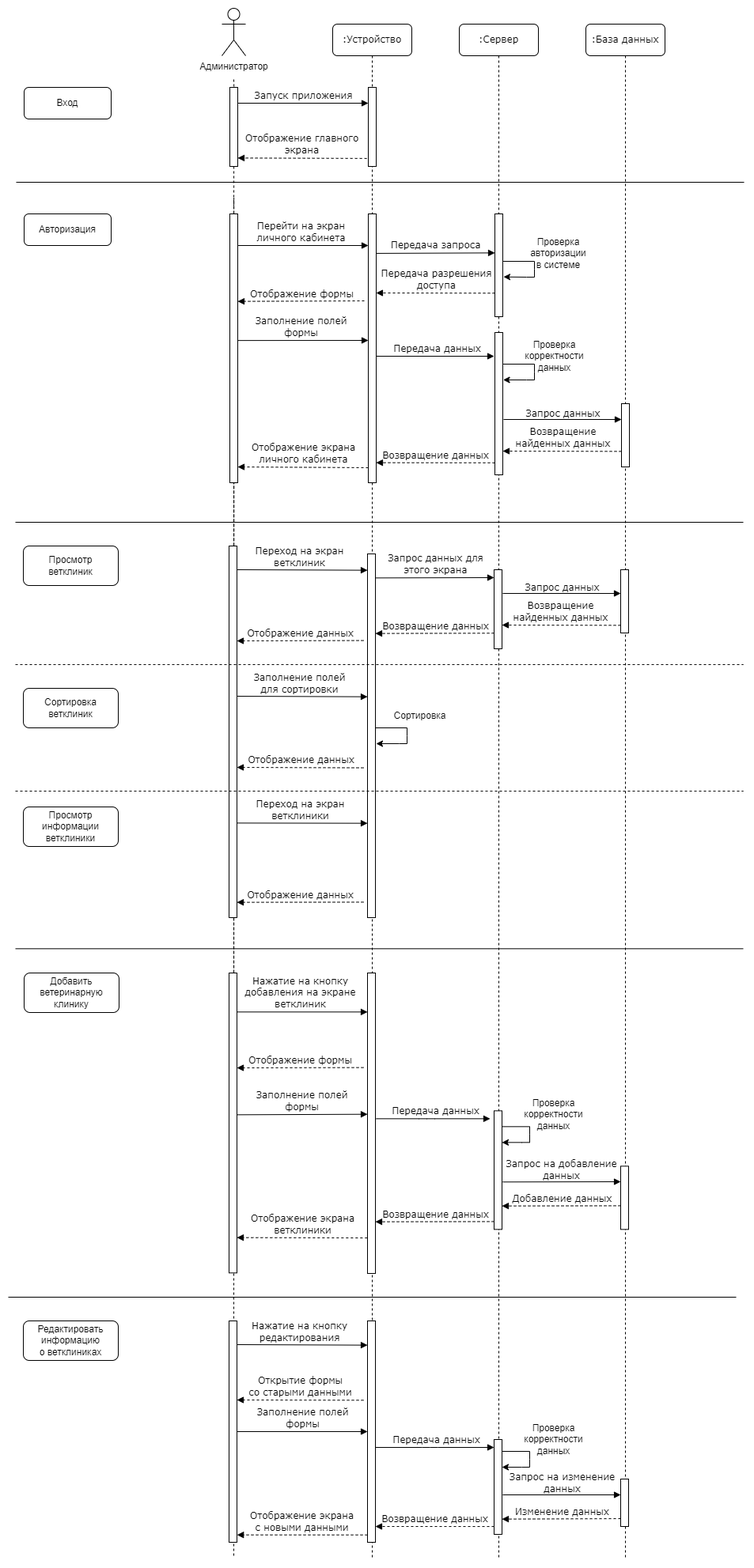
This is Documentation/Diagrams/Диаграмма последовательности (Sequence diagram)/Диаграмма последовательности для администратора (Sequence).drawio.png from polyafedosova/TP-5.2-5, a draw.io export, as it was before one commit. Source tidied: cells renumbered, new cells last; positions are measured from the earlier drawing's top-left corner, leaving out a move shared by most shapes.
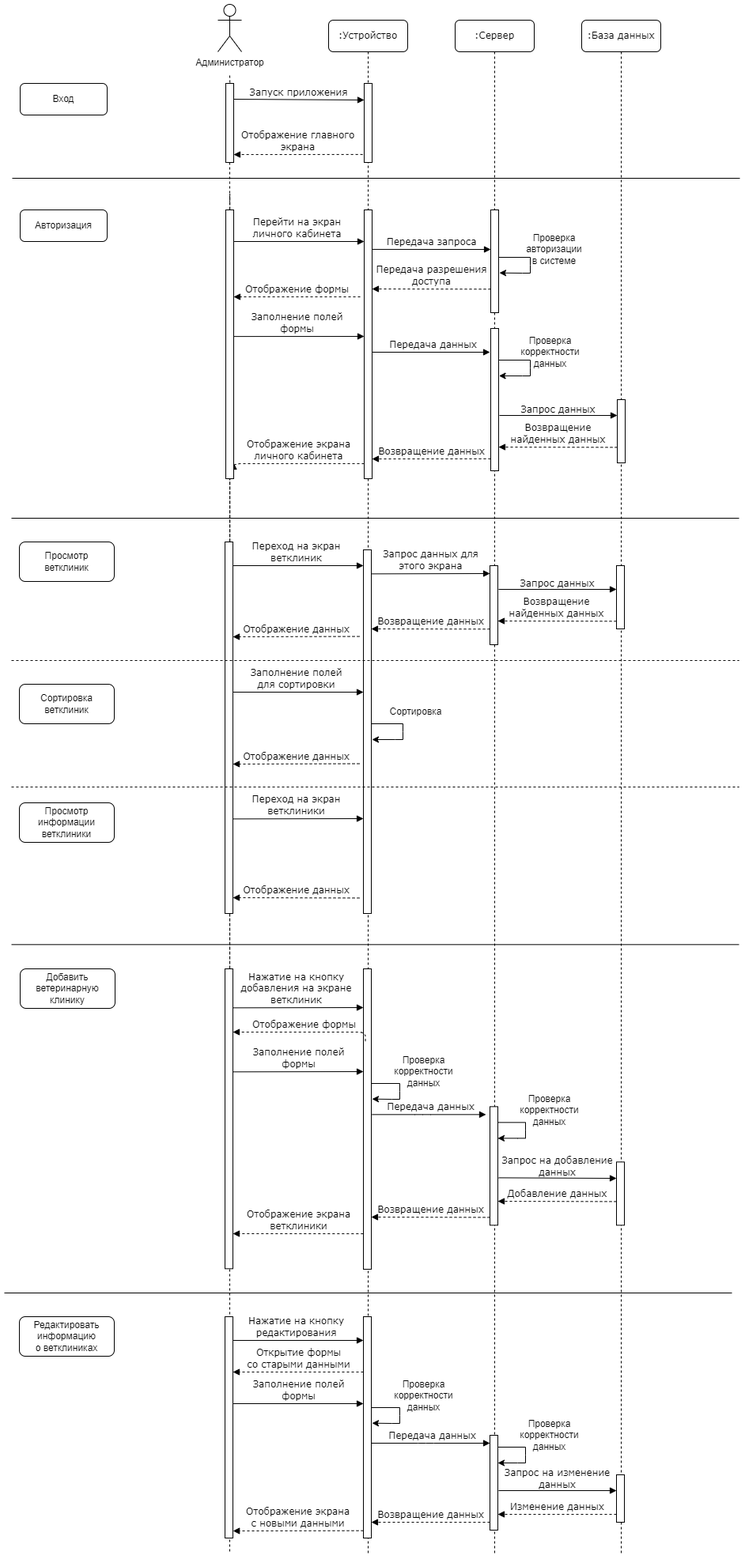
After the change.

The edit, as a diff of the source:
```diff
@@ -2,6 +2,33 @@
   <root>
     <mxCell id="0" />
     <mxCell id="1" parent="0" />
+    <mxCell id="90" style="endArrow=classic;html=1;rounded=0;" parent="1" edge="1">
+      <mxGeometry relative="1" as="geometry">
+        <mxPoint x="460" y="1775" as="sourcePoint" />
+        <mxPoint x="465" y="1794.7" as="targetPoint" />
+        <Array as="points">
+          <mxPoint x="500" y="1775" />
+          <mxPoint x="500" y="1785" />
+          <mxPoint x="500" y="1795" />
+          <mxPoint x="490" y="1795" />
+        </Array>
+      </mxGeometry>
+    </mxCell>
+    <mxCell id="91" value="Проверка&lt;br&gt;корректности &lt;br&gt;данных" style="text;html=1;align=center;verticalAlign=middle;strokeColor=none;fillColor=none;" parent="1" vertex="1">
+      <mxGeometry x="480" y="1730" width="100" height="60" as="geometry" />
+    </mxCell>
+    <mxCell id="92" style="endArrow=classic;html=1;rounded=0;" parent="1" edge="1">
+      <mxGeometry relative="1" as="geometry">
+        <mxPoint x="460" y="1365" as="sourcePoint" />
+        <mxPoint x="465" y="1384.7" as="targetPoint" />
+        <Array as="points">
+          <mxPoint x="500" y="1365" />
+          <mxPoint x="500" y="1375" />
+          <mxPoint x="500" y="1385" />
+          <mxPoint x="490" y="1385" />
+        </Array>
+      </mxGeometry>
+    </mxCell>
     <mxCell id="2" style="edgeStyle=orthogonalEdgeStyle;rounded=0;orthogonalLoop=1;jettySize=auto;html=1;dashed=1;endArrow=none;endFill=0;startArrow=none;" parent="1" edge="1">
       <mxGeometry relative="1" as="geometry">
         <mxPoint x="285.1" y="1460" as="sourcePoint" />
@@ -353,16 +380,17 @@
         <mxPoint x="624" y="1514.3" as="targetPoint" />
       </mxGeometry>
     </mxCell>
-    <mxCell id="69" value="Отображение формы" style="html=1;verticalAlign=bottom;endArrow=block;entryX=0;entryY=0;labelBackgroundColor=none;fontFamily=Verdana;fontSize=12;edgeStyle=elbowEdgeStyle;elbow=vertical;dashed=1;" parent="1" edge="1">
+    <mxCell id="69" value="Отображение формы" style="html=1;verticalAlign=bottom;endArrow=block;labelBackgroundColor=none;fontFamily=Verdana;fontSize=12;edgeStyle=elbowEdgeStyle;elbow=vertical;dashed=1;exitX=0.25;exitY=0.241;exitDx=0;exitDy=0;exitPerimeter=0;" parent="1" edge="1" source="10" target="62">
       <mxGeometry relative="1" as="geometry">
-        <mxPoint x="449" y="1339.6" as="sourcePoint" />
-        <mxPoint x="289" y="1339.6" as="targetPoint" />
+        <Array as="points">
+          <mxPoint x="360" y="1300" />
+        </Array>
       </mxGeometry>
     </mxCell>
     <mxCell id="70" value="Заполнение полей &lt;br&gt;формы" style="html=1;verticalAlign=bottom;endArrow=block;labelBackgroundColor=none;fontFamily=Verdana;fontSize=12;edgeStyle=elbowEdgeStyle;elbow=vertical;entryX=-0.007;entryY=0.225;entryDx=0;entryDy=0;entryPerimeter=0;" parent="1" edge="1">
       <mxGeometry relative="1" as="geometry">
-        <mxPoint x="289" y="1399.3" as="sourcePoint" />
-        <mxPoint x="454" y="1399.3" as="targetPoint" />
+        <mxPoint x="289" y="1350.3" as="sourcePoint" />
+        <mxPoint x="454" y="1350.3" as="targetPoint" />
       </mxGeometry>
     </mxCell>
     <mxCell id="71" value="Передача данных" style="html=1;verticalAlign=bottom;endArrow=block;labelBackgroundColor=none;fontFamily=Verdana;fontSize=12;edgeStyle=elbowEdgeStyle;elbow=vertical;" parent="1" edge="1">
@@ -398,16 +426,17 @@
         <mxPoint x="454" y="1690" as="targetPoint" />
       </mxGeometry>
     </mxCell>
-    <mxCell id="77" value="Открытие формы&lt;br style=&quot;border-color: var(--border-color);&quot;&gt;со старыми данными" style="html=1;verticalAlign=bottom;endArrow=block;entryX=0;entryY=0;labelBackgroundColor=none;fontFamily=Verdana;fontSize=12;edgeStyle=elbowEdgeStyle;elbow=vertical;dashed=1;" parent="1" edge="1">
+    <mxCell id="77" value="Открытие формы&lt;br style=&quot;border-color: var(--border-color);&quot;&gt;со старыми данными" style="html=1;verticalAlign=bottom;endArrow=block;labelBackgroundColor=none;fontFamily=Verdana;fontSize=12;edgeStyle=elbowEdgeStyle;elbow=vertical;dashed=1;" parent="1" edge="1" source="11" target="75">
       <mxGeometry relative="1" as="geometry">
-        <mxPoint x="449" y="1760.3" as="sourcePoint" />
-        <mxPoint x="289" y="1760.3" as="targetPoint" />
+        <Array as="points">
+          <mxPoint x="370" y="1730" />
+        </Array>
       </mxGeometry>
     </mxCell>
     <mxCell id="78" value="Заполнение полей &lt;br&gt;формы" style="html=1;verticalAlign=bottom;endArrow=block;labelBackgroundColor=none;fontFamily=Verdana;fontSize=12;edgeStyle=elbowEdgeStyle;elbow=vertical;entryX=-0.007;entryY=0.225;entryDx=0;entryDy=0;entryPerimeter=0;" parent="1" edge="1">
       <mxGeometry relative="1" as="geometry">
-        <mxPoint x="289" y="1800" as="sourcePoint" />
-        <mxPoint x="454" y="1800" as="targetPoint" />
+        <mxPoint x="289" y="1770" as="sourcePoint" />
+        <mxPoint x="454" y="1770" as="targetPoint" />
       </mxGeometry>
     </mxCell>
     <mxCell id="79" value="Проверка&lt;br&gt;корректности &lt;br&gt;данных" style="text;html=1;align=center;verticalAlign=middle;strokeColor=none;fillColor=none;" parent="1" vertex="1">
@@ -461,5 +490,8 @@
         <mxPoint x="920" y="1630" as="targetPoint" />
       </mxGeometry>
     </mxCell>
+    <mxCell id="93" value="Проверка&lt;br&gt;корректности &lt;br&gt;данных" style="text;html=1;align=center;verticalAlign=middle;strokeColor=none;fillColor=none;" parent="1" vertex="1">
+      <mxGeometry x="480" y="1320" width="100" height="60" as="geometry" />
+    </mxCell>
   </root>
 </mxGraphModel>
```
